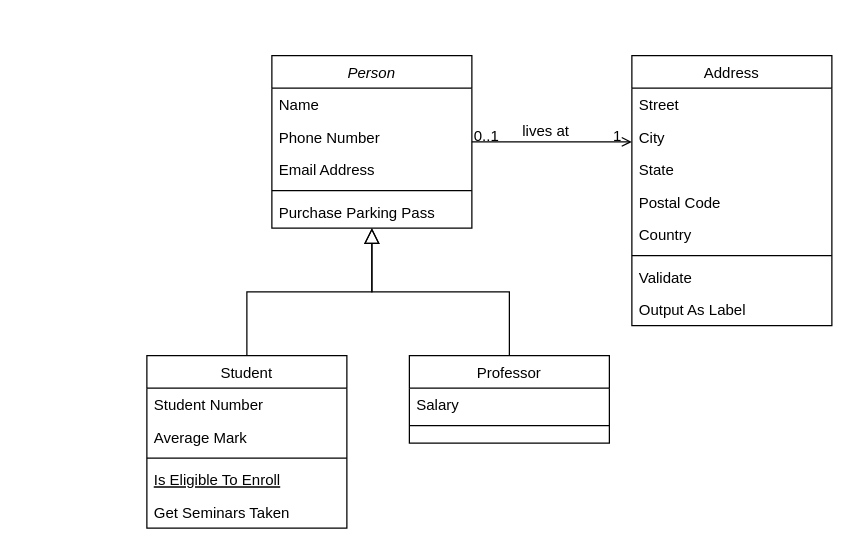
seaver-olson/Comp271 keeps this draw.io diagram as Groceries.drawio. Above is the earlier version. Source tidied: cells renumbered, new cells numbered last; positions are measured from the earlier drawing's top-left corner, leaving out a move shared by most shapes. Both pictures are drawn from the tidied source at 125%, with x=0, y=0 at pixel (146, 55).
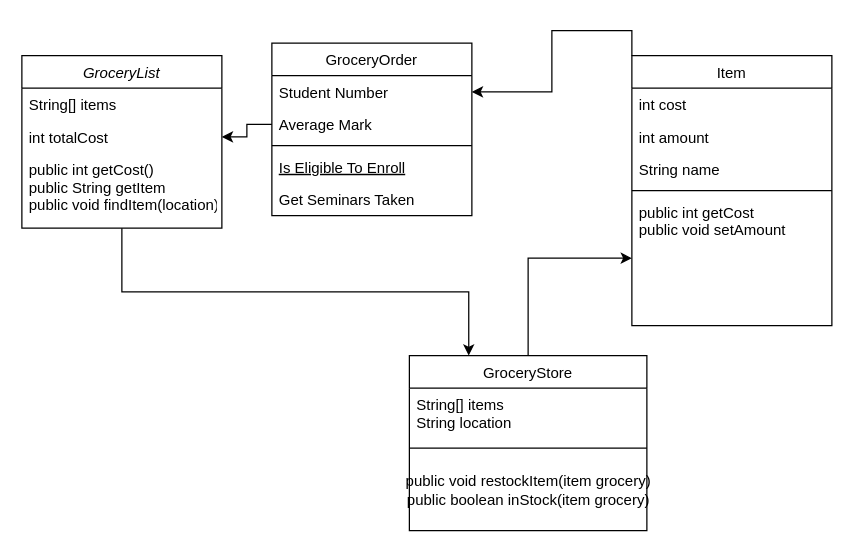
The same diagram, later.

Unchanged cells that the change refers to:
```xml
<mxCell id="9" value="Student Number" style="text;align=left;verticalAlign=top;spacingLeft=4;spacingRight=4;overflow=hidden;points=[[0,0.5],[1,0.5]];portConstraint=eastwest;" parent="8" vertex="1">
  <mxGeometry y="26" width="160" height="26" as="geometry" />
</mxCell>
<mxCell id="10" value="Average Mark" style="text;align=left;verticalAlign=top;spacingLeft=4;spacingRight=4;overflow=hidden;points=[[0,0.5],[1,0.5]];portConstraint=eastwest;rounded=0;shadow=0;html=0;" parent="8" vertex="1">
  <mxGeometry y="52" width="160" height="26" as="geometry" />
</mxCell>
```

Diff of the diagram source:
```diff
@@
+    <mxCell id="32" style="edgeStyle=orthogonalEdgeStyle;rounded=0;jettySize=auto;html=1;exitX=0.5;exitY=1;exitDx=0;exitDy=0;entryX=0.25;entryY=0;entryDx=0;entryDy=0;" parent="1" edge="1" source="2" target="15">
+      <mxGeometry relative="1" as="geometry" />
+    </mxCell>
-    <mxCell id="2" value="Person" style="swimlane;fontStyle=2;align=center;verticalAlign=top;horizontal=1;startSize=26;rounded=0;shadow=0;strokeWidth=1;" parent="1" vertex="1">
-      <mxGeometry x="100" width="160" height="138" as="geometry" />
+    <mxCell id="2" value="GroceryList&#10;" style="swimlane;fontStyle=2;align=center;verticalAlign=top;horizontal=1;startSize=26;rounded=0;shadow=0;strokeWidth=1;" parent="1" vertex="1">
+      <mxGeometry x="-100" width="160" height="138" as="geometry" />
     </mxCell>
-    <mxCell id="3" value="Name" style="text;align=left;verticalAlign=top;spacingLeft=4;spacingRight=4;overflow=hidden;" parent="2" vertex="1">
+    <mxCell id="3" value="String[] items" style="text;align=left;verticalAlign=top;spacingLeft=4;spacingRight=4;overflow=hidden;" parent="2" vertex="1">
       <mxGeometry y="26" width="160" height="26" as="geometry" />
     </mxCell>
-    <mxCell id="4" value="Phone Number" style="text;align=left;verticalAlign=top;spacingLeft=4;spacingRight=4;overflow=hidden;points=[[0,0.5],[1,0.5]];portConstraint=eastwest;rounded=0;shadow=0;html=0;" parent="2" vertex="1">
+    <mxCell id="4" value="int totalCost" style="text;align=left;verticalAlign=top;spacingLeft=4;spacingRight=4;overflow=hidden;points=[[0,0.5],[1,0.5]];portConstraint=eastwest;rounded=0;shadow=0;html=0;" parent="2" vertex="1">
       <mxGeometry y="52" width="160" height="26" as="geometry" />
     </mxCell>
-    <mxCell id="5" value="Email Address" style="text;align=left;verticalAlign=top;spacingLeft=4;spacingRight=4;overflow=hidden;rounded=0;shadow=0;html=0;" parent="2" vertex="1">
-      <mxGeometry y="78" width="160" height="26" as="geometry" />
-    </mxCell>
-    <mxCell id="6" style="line;html=1;strokeWidth=1;align=left;verticalAlign=middle;spacingTop=-1;spacingLeft=3;spacingRight=3;labelPosition=right;" parent="2" vertex="1">
-      <mxGeometry y="104" width="160" height="8" as="geometry" />
-    </mxCell>
-    <mxCell id="7" value="Purchase Parking Pass" style="text;align=left;verticalAlign=top;spacingLeft=4;spacingRight=4;overflow=hidden;" parent="2" vertex="1">
-      <mxGeometry y="112" width="160" height="26" as="geometry" />
+    <mxCell id="7" value="public int getCost()&#10;public String getItem&#10;public void findItem(location)" style="text;align=left;verticalAlign=top;spacingLeft=4;spacingRight=4;overflow=hidden;" parent="2" vertex="1">
+      <mxGeometry y="78" width="160" height="52" as="geometry" />
     </mxCell>
-    <mxCell id="8" value="Student" style="swimlane;fontStyle=0;align=center;verticalAlign=top;horizontal=1;startSize=26;rounded=0;shadow=0;strokeWidth=1;" parent="1" vertex="1">
-      <mxGeometry y="240" width="160" height="138" as="geometry" />
+    <mxCell id="8" value="GroceryOrder" style="swimlane;fontStyle=0;align=center;verticalAlign=top;horizontal=1;startSize=26;rounded=0;shadow=0;strokeWidth=1;" parent="1" vertex="1">
+      <mxGeometry x="100" y="-10" width="160" height="138" as="geometry" />
     </mxCell>
@@
-    <mxCell id="14" style="endArrow=block;endSize=10;endFill=0;shadow=0;strokeWidth=1;rounded=0;edgeStyle=elbowEdgeStyle;elbow=vertical;" parent="1" edge="1" source="8" target="2">
-      <mxGeometry relative="1" as="geometry" />
-    </mxCell>
+    <mxCell id="33" style="edgeStyle=orthogonalEdgeStyle;rounded=0;jettySize=auto;html=1;exitX=0.5;exitY=0;exitDx=0;exitDy=0;entryX=0;entryY=0.75;entryDx=0;entryDy=0;" parent="1" edge="1" source="15" target="19">
+      <mxGeometry relative="1" as="geometry" />
+    </mxCell>
-    <mxCell id="15" value="Professor" style="swimlane;fontStyle=0;align=center;verticalAlign=top;horizontal=1;startSize=26;rounded=0;shadow=0;strokeWidth=1;" parent="1" vertex="1">
-      <mxGeometry x="210" y="240" width="160" height="70" as="geometry" />
+    <mxCell id="15" value="GroceryStore" style="swimlane;fontStyle=0;align=center;verticalAlign=top;horizontal=1;startSize=26;rounded=0;shadow=0;strokeWidth=1;" parent="1" vertex="1">
+      <mxGeometry x="210" y="240" width="190" height="140" as="geometry" />
     </mxCell>
-    <mxCell id="16" value="Salary" style="text;align=left;verticalAlign=top;spacingLeft=4;spacingRight=4;overflow=hidden;" parent="15" vertex="1">
-      <mxGeometry y="26" width="160" height="26" as="geometry" />
+    <mxCell id="16" value="String[] items&#10;String location" style="text;align=left;verticalAlign=top;spacingLeft=4;spacingRight=4;overflow=hidden;" parent="15" vertex="1">
+      <mxGeometry y="26" width="190" height="34" as="geometry" />
     </mxCell>
     <mxCell id="17" style="line;html=1;strokeWidth=1;align=left;verticalAlign=middle;spacingTop=-1;spacingLeft=3;spacingRight=3;labelPosition=right;" parent="15" vertex="1">
-      <mxGeometry y="52" width="160" height="8" as="geometry" />
+      <mxGeometry y="60" width="190" height="28" as="geometry" />
     </mxCell>
-    <mxCell id="18" style="endArrow=block;endSize=10;endFill=0;shadow=0;strokeWidth=1;rounded=0;edgeStyle=elbowEdgeStyle;elbow=vertical;" parent="1" edge="1" source="15" target="2">
-      <mxGeometry relative="1" as="geometry" />
-    </mxCell>
+    <mxCell id="34" value="public void restockItem(item grocery)&lt;br&gt;public boolean inStock(item grocery)" style="text;html=1;align=center;verticalAlign=middle;strokeColor=none;fillColor=none;" parent="15" vertex="1">
+      <mxGeometry y="88" width="190" height="40" as="geometry" />
+    </mxCell>
+    <mxCell id="35" style="edgeStyle=orthogonalEdgeStyle;rounded=0;jettySize=auto;html=1;exitX=0;exitY=0;exitDx=0;exitDy=0;entryX=1;entryY=0.5;entryDx=0;entryDy=0;" parent="1" edge="1" source="19" target="9">
+      <mxGeometry relative="1" as="geometry" />
+    </mxCell>
-    <mxCell id="19" value="Address" style="swimlane;fontStyle=0;align=center;verticalAlign=top;horizontal=1;startSize=26;rounded=0;shadow=0;strokeWidth=1;" parent="1" vertex="1">
+    <mxCell id="19" value="Item" style="swimlane;fontStyle=0;align=center;verticalAlign=top;horizontal=1;startSize=26;rounded=0;shadow=0;strokeWidth=1;" parent="1" vertex="1">
       <mxGeometry x="388" width="160" height="216" as="geometry" />
     </mxCell>
-    <mxCell id="20" value="Street" style="text;align=left;verticalAlign=top;spacingLeft=4;spacingRight=4;overflow=hidden;" parent="19" vertex="1">
+    <mxCell id="20" value="int cost" style="text;align=left;verticalAlign=top;spacingLeft=4;spacingRight=4;overflow=hidden;" parent="19" vertex="1">
       <mxGeometry y="26" width="160" height="26" as="geometry" />
     </mxCell>
-    <mxCell id="21" value="City" style="text;align=left;verticalAlign=top;spacingLeft=4;spacingRight=4;overflow=hidden;rounded=0;shadow=0;html=0;" parent="19" vertex="1">
+    <mxCell id="21" value="int amount" style="text;align=left;verticalAlign=top;spacingLeft=4;spacingRight=4;overflow=hidden;rounded=0;shadow=0;html=0;" parent="19" vertex="1">
       <mxGeometry y="52" width="160" height="26" as="geometry" />
     </mxCell>
-    <mxCell id="22" value="State" style="text;align=left;verticalAlign=top;spacingLeft=4;spacingRight=4;overflow=hidden;rounded=0;shadow=0;html=0;" parent="19" vertex="1">
+    <mxCell id="22" value="String name" style="text;align=left;verticalAlign=top;spacingLeft=4;spacingRight=4;overflow=hidden;rounded=0;shadow=0;html=0;" parent="19" vertex="1">
       <mxGeometry y="78" width="160" height="26" as="geometry" />
     </mxCell>
-    <mxCell id="23" value="Postal Code" style="text;align=left;verticalAlign=top;spacingLeft=4;spacingRight=4;overflow=hidden;rounded=0;shadow=0;html=0;" parent="19" vertex="1">
-      <mxGeometry y="104" width="160" height="26" as="geometry" />
-    </mxCell>
-    <mxCell id="24" value="Country" style="text;align=left;verticalAlign=top;spacingLeft=4;spacingRight=4;overflow=hidden;rounded=0;shadow=0;html=0;" parent="19" vertex="1">
-      <mxGeometry y="130" width="160" height="26" as="geometry" />
-    </mxCell>
     <mxCell id="25" style="line;html=1;strokeWidth=1;align=left;verticalAlign=middle;spacingTop=-1;spacingLeft=3;spacingRight=3;labelPosition=right;" parent="19" vertex="1">
-      <mxGeometry y="156" width="160" height="8" as="geometry" />
+      <mxGeometry y="104" width="160" height="8" as="geometry" />
     </mxCell>
-    <mxCell id="26" value="Validate" style="text;align=left;verticalAlign=top;spacingLeft=4;spacingRight=4;overflow=hidden;" parent="19" vertex="1">
-      <mxGeometry y="164" width="160" height="26" as="geometry" />
+    <mxCell id="26" value="public int getCost&#10;public void setAmount" style="text;align=left;verticalAlign=top;spacingLeft=4;spacingRight=4;overflow=hidden;" parent="19" vertex="1">
+      <mxGeometry y="112" width="160" height="38" as="geometry" />
     </mxCell>
-    <mxCell id="27" value="Output As Label" style="text;align=left;verticalAlign=top;spacingLeft=4;spacingRight=4;overflow=hidden;" parent="19" vertex="1">
-      <mxGeometry y="190" width="160" height="26" as="geometry" />
-    </mxCell>
-    <mxCell id="28" style="endArrow=open;shadow=0;strokeWidth=1;rounded=0;endFill=1;edgeStyle=elbowEdgeStyle;elbow=vertical;" parent="1" edge="1" source="2" target="19">
-      <mxGeometry x="0.5" y="41" relative="1" as="geometry">
-        <mxPoint x="-40" y="32" as="offset" />
-      </mxGeometry>
-    </mxCell>
-    <mxCell id="29" value="0..1" style="align=left;verticalAlign=bottom;labelBackgroundColor=none;fontSize=12;" parent="28" vertex="1">
-      <mxGeometry x="-1" relative="1" as="geometry">
-        <mxPoint y="4" as="offset" />
-      </mxGeometry>
-    </mxCell>
-    <mxCell id="30" value="1" style="align=right;verticalAlign=bottom;labelBackgroundColor=none;fontSize=12;" parent="28" vertex="1">
-      <mxGeometry x="1" relative="1" as="geometry">
-        <mxPoint x="-7" y="4" as="offset" />
-      </mxGeometry>
-    </mxCell>
-    <mxCell id="31" value="lives at" style="text;html=1;align=center;verticalAlign=middle;labelBackgroundColor=none;rounded=0;shadow=0;strokeWidth=1;fontSize=12;" parent="28" vertex="1">
-      <mxGeometry x="0.5" y="49" relative="1" as="geometry">
-        <mxPoint x="-38" y="40" as="offset" />
-      </mxGeometry>
-    </mxCell>
+    <mxCell id="36" style="edgeStyle=orthogonalEdgeStyle;rounded=0;jettySize=auto;html=1;exitX=0;exitY=0.5;exitDx=0;exitDy=0;entryX=1;entryY=0.5;entryDx=0;entryDy=0;" parent="1" edge="1" source="10" target="4">
+      <mxGeometry relative="1" as="geometry" />
+    </mxCell>
```
